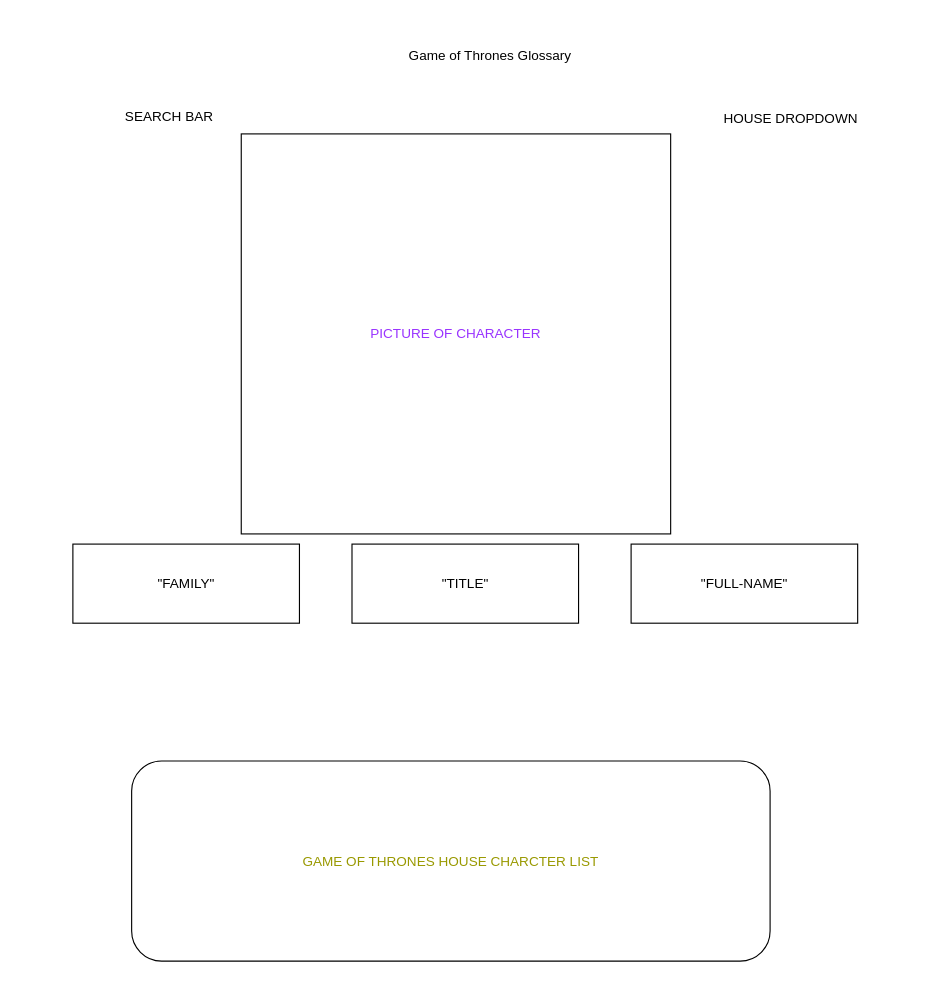
scmh001/phase-1-javascript-project-mode keeps this draw.io diagram as planning/wireframe.drawio. Above is the earlier version. Source tidied: cells renumbered, new cells numbered last; positions are measured from the earlier drawing's top-left corner, leaving out a move shared by most shapes. Both pictures are drawn from the tidied source at 113%, with x=0, y=0 at pixel (42, 38).
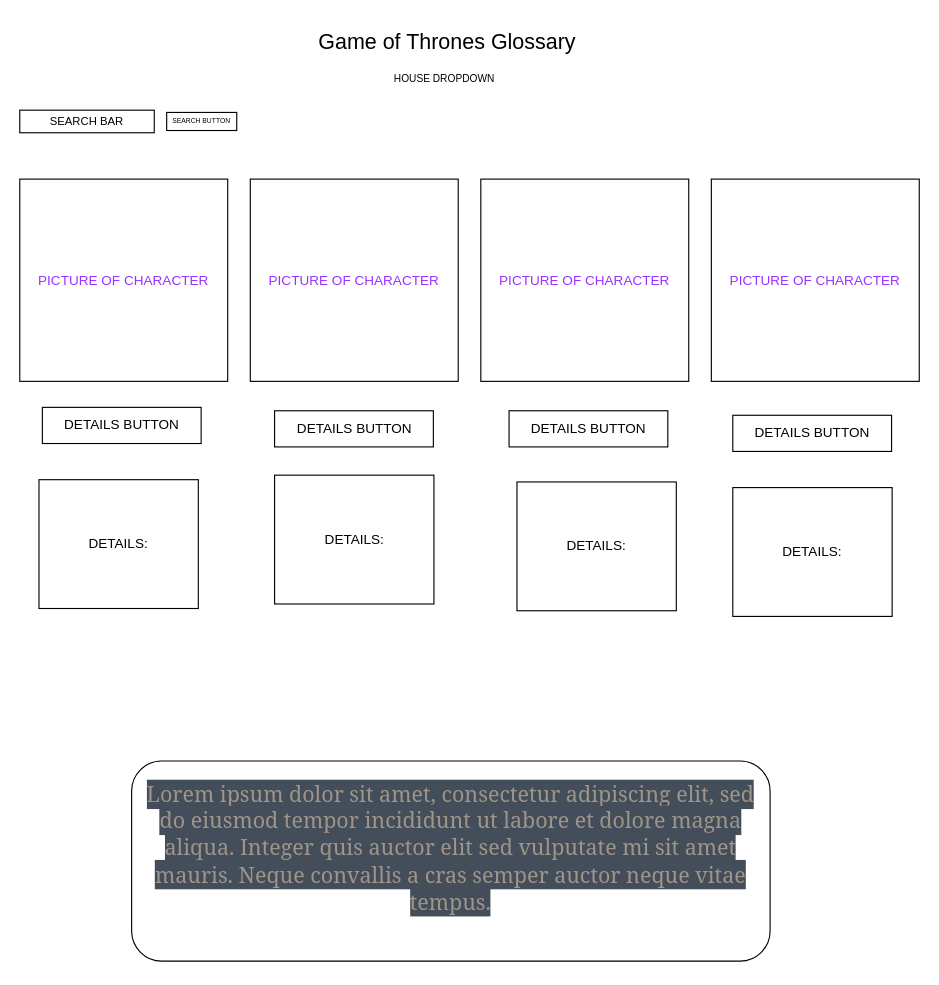
The same page after the edit.

Change to the diagram source:
```diff
@@
 <mxGraphModel>
   <root>
     <mxCell id="0" />
     <mxCell id="1" parent="0" />
-    <mxCell id="2" value="Game of Thrones Glossary" style="text;html=1;strokeColor=none;fillColor=none;align=center;verticalAlign=middle;whiteSpace=wrap;rounded=0;" parent="1" vertex="1">
-      <mxGeometry x="314" width="165" height="30" as="geometry" />
+    <mxCell id="2" value="Game of Thrones Glossary" style="text;html=1;strokeColor=none;fillColor=none;align=center;verticalAlign=middle;whiteSpace=wrap;rounded=0;fontSize=19;" parent="1" vertex="1">
+      <mxGeometry x="216" y="-17" width="285" height="39" as="geometry" />
     </mxCell>
-    <mxCell id="3" value="SEARCH BAR" style="text;html=1;strokeColor=none;fillColor=none;align=center;verticalAlign=middle;whiteSpace=wrap;rounded=0;" parent="1" vertex="1">
-      <mxGeometry y="54" width="225" height="30" as="geometry" />
+    <mxCell id="3" value="SEARCH BAR" style="text;html=1;strokeColor=default;fillColor=none;align=center;verticalAlign=middle;whiteSpace=wrap;rounded=0;fontSize=10;" parent="1" vertex="1">
+      <mxGeometry x="-20" y="63" width="119" height="20" as="geometry" />
     </mxCell>
     <mxCell id="4" value="PICTURE OF CHARACTER" style="rounded=0;whiteSpace=wrap;html=1;fontColor=#9933FF;" parent="1" vertex="1">
-      <mxGeometry x="176" y="84" width="380" height="354" as="geometry" />
+      <mxGeometry x="-20" y="124" width="184" height="179" as="geometry" />
     </mxCell>
-    <mxCell id="5" value="GAME OF THRONES HOUSE CHARCTER LIST" style="rounded=1;whiteSpace=wrap;html=1;fontColor=#999900;" parent="1" vertex="1">
+    <mxCell id="5" value="&#10;&lt;span style=&quot;color: rgb(158, 149, 137); font-family: &amp;quot;Mercury SSm A&amp;quot;, &amp;quot;Mercury SSm B&amp;quot;, Georgia, Times, &amp;quot;Times New Roman&amp;quot;, &amp;quot;Microsoft YaHei New&amp;quot;, &amp;quot;Microsoft Yahei&amp;quot;, 微软雅黑, 宋体, SimSun, STXihei, 华文细黑, serif; font-size: 19px; font-style: normal; font-variant-ligatures: normal; font-variant-caps: normal; font-weight: 400; letter-spacing: normal; orphans: 2; text-align: start; text-indent: 0px; text-transform: none; widows: 2; word-spacing: 0px; -webkit-text-stroke-width: 0px; background-color: rgb(68, 78, 90); text-decoration-thickness: initial; text-decoration-style: initial; text-decoration-color: initial; float: none; display: inline !important;&quot;&gt;Lorem ipsum dolor sit amet, consectetur adipiscing elit, sed do eiusmod tempor incididunt ut labore et dolore magna aliqua. Integer quis auctor elit sed vulputate mi sit amet mauris. Neque convallis a cras semper auctor neque vitae tempus.&lt;/span&gt;&#10;&#10;" style="rounded=1;whiteSpace=wrap;html=1;fontColor=#999900;fontSize=19;" parent="1" vertex="1">
       <mxGeometry x="79" y="639" width="565" height="177" as="geometry" />
     </mxCell>
-    <mxCell id="6" value="&quot;FULL-NAME&quot;" style="rounded=0;whiteSpace=wrap;html=1;" parent="1" vertex="1">
-      <mxGeometry x="521" y="447" width="200.5" height="70" as="geometry" />
+    <mxCell id="6" value="DETAILS:" style="rounded=0;whiteSpace=wrap;html=1;" parent="1" vertex="1">
+      <mxGeometry x="205.5" y="386" width="141" height="114" as="geometry" />
     </mxCell>
-    <mxCell id="7" value="HOUSE DROPDOWN" style="rounded=0;whiteSpace=wrap;html=1;fillColor=default;strokeColor=none;" parent="1" vertex="1">
-      <mxGeometry x="580" y="51" width="165" height="40" as="geometry" />
+    <mxCell id="7" value="HOUSE DROPDOWN" style="rounded=0;whiteSpace=wrap;html=1;fillColor=default;strokeColor=none;fontSize=9;" parent="1" vertex="1">
+      <mxGeometry x="262" y="22" width="188" height="28" as="geometry" />
     </mxCell>
-    <mxCell id="8" value="&quot;TITLE&quot;" style="rounded=0;whiteSpace=wrap;html=1;" parent="1" vertex="1">
-      <mxGeometry x="274" y="447" width="200.5" height="70" as="geometry" />
+    <mxCell id="8" value="DETAILS BUTTON" style="rounded=0;whiteSpace=wrap;html=1;" parent="1" vertex="1">
+      <mxGeometry x="205.5" y="329" width="140.5" height="32" as="geometry" />
     </mxCell>
-    <mxCell id="9" value="&quot;FAMILY&quot;" style="rounded=0;whiteSpace=wrap;html=1;" parent="1" vertex="1">
-      <mxGeometry x="27" y="447" width="200.5" height="70" as="geometry" />
-    </mxCell>
+    <mxCell id="10" value="PICTURE OF CHARACTER" style="rounded=0;whiteSpace=wrap;html=1;fontColor=#9933FF;" parent="1" vertex="1">
+      <mxGeometry x="184" y="124" width="184" height="179" as="geometry" />
+    </mxCell>
+    <mxCell id="11" value="PICTURE OF CHARACTER" style="rounded=0;whiteSpace=wrap;html=1;fontColor=#9933FF;" parent="1" vertex="1">
+      <mxGeometry x="388" y="124" width="184" height="179" as="geometry" />
+    </mxCell>
+    <mxCell id="12" value="PICTURE OF CHARACTER" style="rounded=0;whiteSpace=wrap;html=1;fontColor=#9933FF;" parent="1" vertex="1">
+      <mxGeometry x="592" y="124" width="184" height="179" as="geometry" />
+    </mxCell>
+    <mxCell id="13" value="DETAILS BUTTON" style="rounded=0;whiteSpace=wrap;html=1;" parent="1" vertex="1">
+      <mxGeometry y="326" width="140.5" height="32" as="geometry" />
+    </mxCell>
+    <mxCell id="14" value="DETAILS BUTTON" style="rounded=0;whiteSpace=wrap;html=1;" parent="1" vertex="1">
+      <mxGeometry x="413" y="329" width="140.5" height="32" as="geometry" />
+    </mxCell>
+    <mxCell id="15" value="DETAILS BUTTON" style="rounded=0;whiteSpace=wrap;html=1;" parent="1" vertex="1">
+      <mxGeometry x="611" y="333" width="140.5" height="32" as="geometry" />
+    </mxCell>
+    <mxCell id="16" value="DETAILS:" style="rounded=0;whiteSpace=wrap;html=1;" parent="1" vertex="1">
+      <mxGeometry x="-3" y="390" width="141" height="114" as="geometry" />
+    </mxCell>
+    <mxCell id="17" value="DETAILS:" style="rounded=0;whiteSpace=wrap;html=1;" parent="1" vertex="1">
+      <mxGeometry x="420" y="392" width="141" height="114" as="geometry" />
+    </mxCell>
+    <mxCell id="18" value="DETAILS:" style="rounded=0;whiteSpace=wrap;html=1;" parent="1" vertex="1">
+      <mxGeometry x="611" y="397" width="141" height="114" as="geometry" />
+    </mxCell>
+    <mxCell id="19" value="SEARCH BUTTON" style="text;html=1;strokeColor=default;fillColor=none;align=center;verticalAlign=middle;whiteSpace=wrap;rounded=0;fontSize=6;" parent="1" vertex="1">
+      <mxGeometry x="110" y="65" width="62" height="16" as="geometry" />
+    </mxCell>
   </root>
 </mxGraphModel>
```
